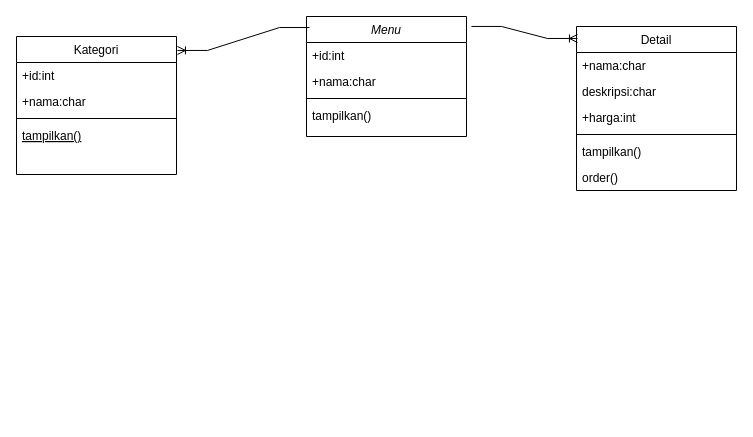
Earlier version of the draw.io diagram Diagram Tanpa Judul.drawio (alficlanjr/Landing-page). Source tidied: cells renumbered, new cells numbered last; positions are measured from the earlier drawing's top-left corner, leaving out a move shared by most shapes. Both pictures are drawn from the tidied source at 100%, with x=0, y=0 at pixel (16, 16).
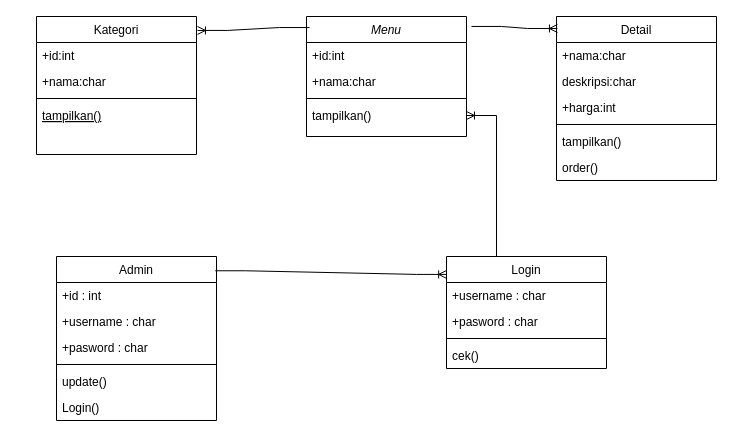
The same page after the edit.

The change refers to these unchanged cells:
```xml
<mxCell id="6" value="tampilkan()" style="text;align=left;verticalAlign=top;spacingLeft=4;spacingRight=4;overflow=hidden;points=[[0,0.5],[1,0.5]];portConstraint=eastwest;" parent="2" vertex="1">
  <mxGeometry y="86" width="160" height="26" as="geometry" />
</mxCell>
```

What changed in the source:
```diff
@@
     <mxCell id="7" value="Kategori" style="swimlane;fontStyle=0;align=center;verticalAlign=top;horizontal=1;startSize=26;rounded=0;shadow=0;strokeWidth=1;" parent="1" vertex="1">
-      <mxGeometry y="20" width="160" height="138" as="geometry" />
+      <mxGeometry x="20" width="160" height="138" as="geometry" />
     </mxCell>
@@
     <mxCell id="12" value="Detail" style="swimlane;fontStyle=0;align=center;verticalAlign=top;horizontal=1;startSize=26;rounded=0;shadow=0;strokeWidth=1;" parent="1" vertex="1">
-      <mxGeometry x="560" y="10" width="160" height="164" as="geometry" />
+      <mxGeometry x="540" width="160" height="164" as="geometry" />
     </mxCell>
@@
+    <mxCell id="21" value="Admin" style="swimlane;fontStyle=0;align=center;verticalAlign=top;horizontal=1;startSize=26;rounded=0;shadow=0;strokeWidth=1;" parent="1" vertex="1">
+      <mxGeometry x="40" y="240" width="160" height="164" as="geometry" />
+    </mxCell>
+    <mxCell id="22" value="+id : int" style="text;align=left;verticalAlign=top;spacingLeft=4;spacingRight=4;overflow=hidden;" parent="21" vertex="1">
+      <mxGeometry y="26" width="160" height="26" as="geometry" />
+    </mxCell>
+    <mxCell id="23" value="+username : char" style="text;align=left;verticalAlign=top;spacingLeft=4;spacingRight=4;overflow=hidden;" parent="21" vertex="1">
+      <mxGeometry y="52" width="160" height="26" as="geometry" />
+    </mxCell>
+    <mxCell id="24" value="+pasword : char" style="text;align=left;verticalAlign=top;spacingLeft=4;spacingRight=4;overflow=hidden;" parent="21" vertex="1">
+      <mxGeometry y="78" width="160" height="26" as="geometry" />
+    </mxCell>
+    <mxCell id="25" style="line;html=1;strokeWidth=1;align=left;verticalAlign=middle;spacingTop=-1;spacingLeft=3;spacingRight=3;labelPosition=right;" parent="21" vertex="1">
+      <mxGeometry y="104" width="160" height="8" as="geometry" />
+    </mxCell>
+    <mxCell id="26" value="update()" style="text;align=left;verticalAlign=top;spacingLeft=4;spacingRight=4;overflow=hidden;" parent="21" vertex="1">
+      <mxGeometry y="112" width="160" height="26" as="geometry" />
+    </mxCell>
+    <mxCell id="27" value="Login()" style="text;align=left;verticalAlign=top;spacingLeft=4;spacingRight=4;overflow=hidden;" parent="21" vertex="1">
+      <mxGeometry y="138" width="160" height="26" as="geometry" />
+    </mxCell>
+    <mxCell id="28" style="edgeStyle=entityRelationEdgeStyle;fontSize=12;html=1;endArrow=ERoneToMany;rounded=0;exitX=0.992;exitY=0.087;exitDx=0;exitDy=0;exitPerimeter=0;entryX=0.001;entryY=0.16;entryDx=0;entryDy=0;entryPerimeter=0;" parent="1" edge="1" source="21" target="29">
+      <mxGeometry relative="1" as="geometry">
+        <Array as="points">
+          <mxPoint x="420" y="260" />
+        </Array>
+      </mxGeometry>
+    </mxCell>
+    <mxCell id="29" value="Login" style="swimlane;fontStyle=0;align=center;verticalAlign=top;horizontal=1;startSize=26;rounded=0;shadow=0;strokeWidth=1;" parent="1" vertex="1">
+      <mxGeometry x="430" y="240" width="160" height="112" as="geometry" />
+    </mxCell>
+    <mxCell id="30" value="+username : char" style="text;align=left;verticalAlign=top;spacingLeft=4;spacingRight=4;overflow=hidden;" parent="29" vertex="1">
+      <mxGeometry y="26" width="160" height="26" as="geometry" />
+    </mxCell>
+    <mxCell id="31" value="+pasword : char" style="text;align=left;verticalAlign=top;spacingLeft=4;spacingRight=4;overflow=hidden;" parent="29" vertex="1">
+      <mxGeometry y="52" width="160" height="26" as="geometry" />
+    </mxCell>
+    <mxCell id="32" style="line;html=1;strokeWidth=1;align=left;verticalAlign=middle;spacingTop=-1;spacingLeft=3;spacingRight=3;labelPosition=right;" parent="29" vertex="1">
+      <mxGeometry y="78" width="160" height="8" as="geometry" />
+    </mxCell>
+    <mxCell id="33" value="cek()" style="text;align=left;verticalAlign=top;spacingLeft=4;spacingRight=4;overflow=hidden;" parent="29" vertex="1">
+      <mxGeometry y="86" width="160" height="26" as="geometry" />
+    </mxCell>
+    <mxCell id="34" style="edgeStyle=entityRelationEdgeStyle;fontSize=12;html=1;endArrow=ERoneToMany;rounded=0;exitX=0.5;exitY=0;exitDx=0;exitDy=0;" parent="1" edge="1" source="29" target="6">
+      <mxGeometry relative="1" as="geometry" />
+    </mxCell>
```
